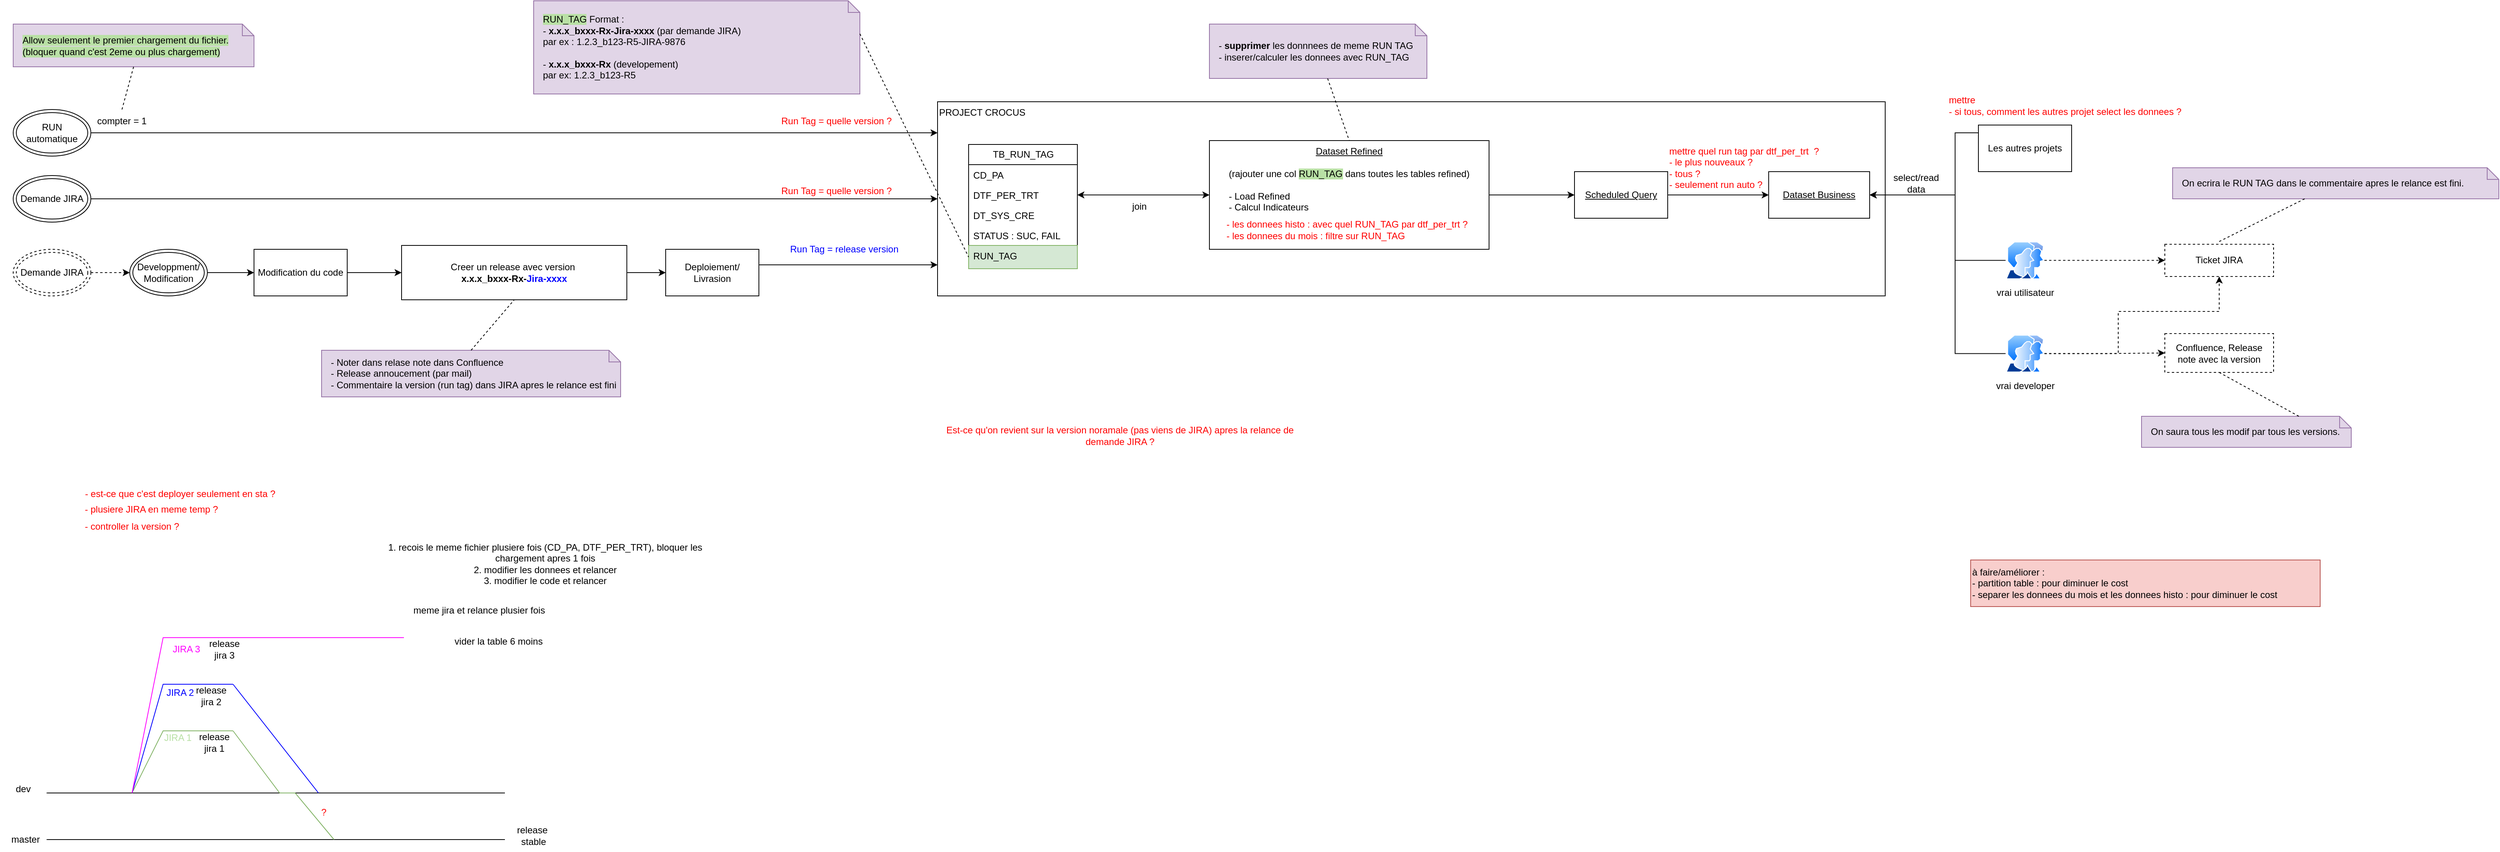
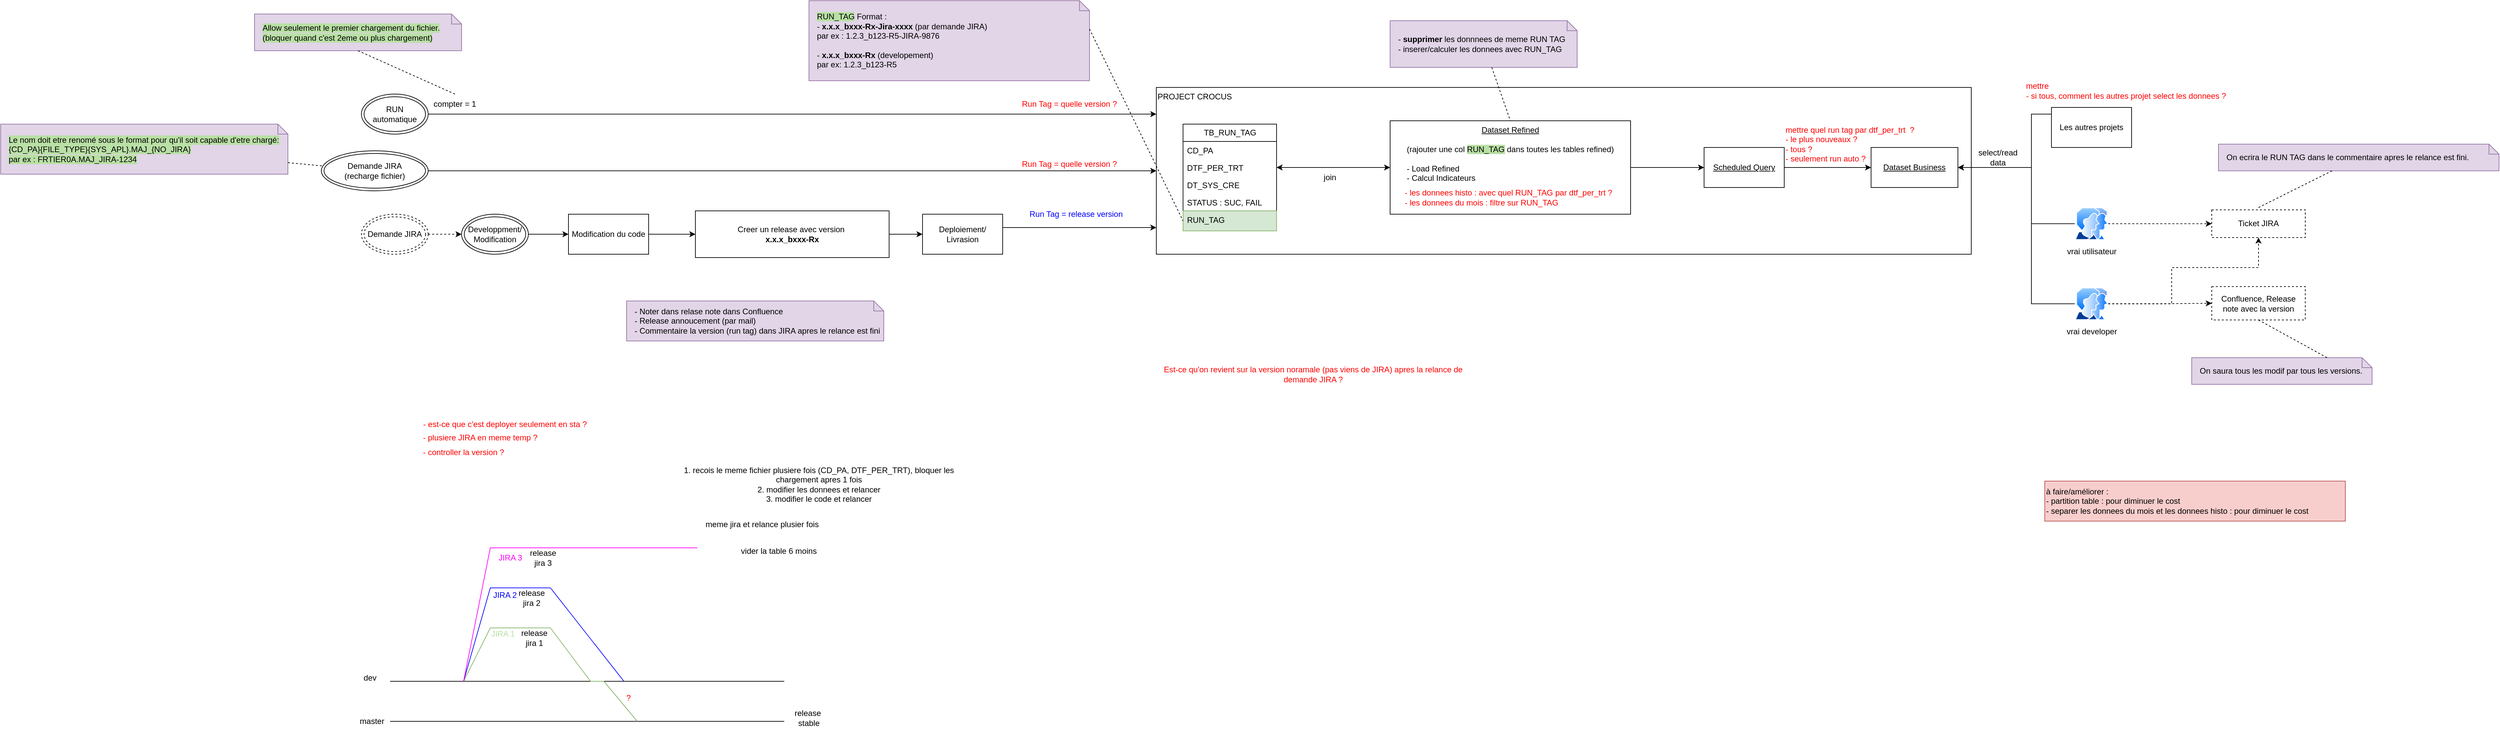
<mxfile host="app.diagrams.net">
  <diagram name="Page-1" id="bEAYSmEDHXBXhFzCy1HB">
-     <mxGraphModel dx="2233" dy="780" grid="1" gridSize="10" guides="1" tooltips="1" connect="1" arrows="1" fold="1" page="1" pageScale="1" pageWidth="827" pageHeight="1169" math="0" shadow="0">
+     <mxGraphModel dx="3060" dy="780" grid="1" gridSize="10" guides="1" tooltips="1" connect="1" arrows="1" fold="1" page="1" pageScale="1" pageWidth="827" pageHeight="1169" math="0" shadow="0">
      <root>
        <mxCell id="0" />
        <mxCell id="1" parent="0" />
        <mxCell id="QUzsFoNl6aFI_2ed8XXq-13" parent="1" style="rounded=0;whiteSpace=wrap;html=1;align=left;verticalAlign=top;" value="PROJECT CROCUS" vertex="1">
          <mxGeometry height="250" width="1220" x="380" y="140" as="geometry" />
        </mxCell>
        <mxCell id="QUzsFoNl6aFI_2ed8XXq-1" parent="1" style="swimlane;fontStyle=0;childLayout=stackLayout;horizontal=1;startSize=26;fillColor=none;horizontalStack=0;resizeParent=1;resizeParentMax=0;resizeLast=0;collapsible=1;marginBottom=0;html=1;" value="TB_RUN_TAG" vertex="1">
          <mxGeometry height="160" width="140" x="420" y="195" as="geometry" />
        </mxCell>
        <mxCell id="QUzsFoNl6aFI_2ed8XXq-2" parent="QUzsFoNl6aFI_2ed8XXq-1" style="text;strokeColor=none;fillColor=none;align=left;verticalAlign=top;spacingLeft=4;spacingRight=4;overflow=hidden;rotatable=0;points=[[0,0.5],[1,0.5]];portConstraint=eastwest;whiteSpace=wrap;html=1;" value="CD_PA" vertex="1">
          <mxGeometry height="26" width="140" y="26" as="geometry" />
        </mxCell>
        <mxCell id="QUzsFoNl6aFI_2ed8XXq-3" parent="QUzsFoNl6aFI_2ed8XXq-1" style="text;strokeColor=none;fillColor=none;align=left;verticalAlign=top;spacingLeft=4;spacingRight=4;overflow=hidden;rotatable=0;points=[[0,0.5],[1,0.5]];portConstraint=eastwest;whiteSpace=wrap;html=1;" value="DTF_PER_TRT" vertex="1">
          <mxGeometry height="26" width="140" y="52" as="geometry" />
        </mxCell>
        <mxCell id="QUzsFoNl6aFI_2ed8XXq-4" parent="QUzsFoNl6aFI_2ed8XXq-1" style="text;strokeColor=none;fillColor=none;align=left;verticalAlign=top;spacingLeft=4;spacingRight=4;overflow=hidden;rotatable=0;points=[[0,0.5],[1,0.5]];portConstraint=eastwest;whiteSpace=wrap;html=1;" value="DT_SYS_CRE" vertex="1">
          <mxGeometry height="26" width="140" y="78" as="geometry" />
        </mxCell>
        <mxCell id="QUzsFoNl6aFI_2ed8XXq-105" parent="QUzsFoNl6aFI_2ed8XXq-1" style="text;strokeColor=none;fillColor=none;align=left;verticalAlign=top;spacingLeft=4;spacingRight=4;overflow=hidden;rotatable=0;points=[[0,0.5],[1,0.5]];portConstraint=eastwest;whiteSpace=wrap;html=1;" value="STATUS : SUC, FAIL" vertex="1">
          <mxGeometry height="26" width="140" y="104" as="geometry" />
        </mxCell>
        <mxCell id="QUzsFoNl6aFI_2ed8XXq-5" parent="QUzsFoNl6aFI_2ed8XXq-1" style="text;strokeColor=#82b366;fillColor=#d5e8d4;align=left;verticalAlign=top;spacingLeft=4;spacingRight=4;overflow=hidden;rotatable=0;points=[[0,0.5],[1,0.5]];portConstraint=eastwest;whiteSpace=wrap;html=1;" value="RUN_TAG" vertex="1">
          <mxGeometry height="30" width="140" y="130" as="geometry" />
        </mxCell>
        <mxCell id="QUzsFoNl6aFI_2ed8XXq-7" parent="1" style="shape=note;size=15;align=left;spacingLeft=10;html=1;whiteSpace=wrap;fillColor=#e1d5e7;strokeColor=#9673a6;" value="&lt;span style=&quot;background-color: rgb(185, 224, 165);&quot;&gt;RUN_TAG&lt;/span&gt; Format :&amp;nbsp;&lt;div&gt;- &lt;b&gt;x.x.x_bxxx-Rx-Jira-xxxx&lt;/b&gt; (par demande JIRA)&amp;nbsp;&lt;/div&gt;&lt;div&gt;par ex : 1.2.3_b123-R5-JIRA-9876&lt;/div&gt;&lt;div&gt;&lt;br&gt;&lt;/div&gt;&lt;div&gt;-&lt;b&gt; x.x.x_bxxx-Rx&lt;/b&gt; (developement)&lt;/div&gt;&lt;div&gt;&lt;span style=&quot;background-color: transparent; color: light-dark(rgb(0, 0, 0), rgb(255, 255, 255));&quot;&gt;par ex: 1.2.3_b123-R5&lt;/span&gt;&lt;/div&gt;" vertex="1">
          <mxGeometry height="120" width="420" x="-140" y="10" as="geometry" />
        </mxCell>
        <mxCell id="QUzsFoNl6aFI_2ed8XXq-8" edge="1" parent="1" source="QUzsFoNl6aFI_2ed8XXq-7" style="edgeStyle=none;endArrow=none;exitX=0;exitY=0;dashed=1;html=1;rounded=0;entryX=0;entryY=0.5;entryDx=0;entryDy=0;exitDx=420;exitDy=42.5;exitPerimeter=0;" target="QUzsFoNl6aFI_2ed8XXq-5" value="">
          <mxGeometry relative="1" x="1" as="geometry">
            <mxPoint x="590" y="660" as="targetPoint" />
          </mxGeometry>
        </mxCell>
        <mxCell id="QUzsFoNl6aFI_2ed8XXq-10" parent="1" style="rounded=0;whiteSpace=wrap;html=1;dashed=1;" value="Confluence, Release note avec la v&lt;span style=&quot;background-color: transparent; color: light-dark(rgb(0, 0, 0), rgb(255, 255, 255));&quot;&gt;ersion&lt;/span&gt;" vertex="1">
          <mxGeometry height="50" width="140" x="1960" y="438.5" as="geometry" />
        </mxCell>
        <mxCell id="QUzsFoNl6aFI_2ed8XXq-11" parent="1" style="rounded=0;whiteSpace=wrap;html=1;dashed=1;" value="Ticket JIRA" vertex="1">
          <mxGeometry height="41.5" width="140" x="1960" y="323.5" as="geometry" />
        </mxCell>
        <mxCell id="QUzsFoNl6aFI_2ed8XXq-42" edge="1" parent="1" source="QUzsFoNl6aFI_2ed8XXq-12" style="edgeStyle=orthogonalEdgeStyle;rounded=0;orthogonalLoop=1;jettySize=auto;html=1;entryX=1;entryY=0.5;entryDx=0;entryDy=0;startArrow=classic;startFill=1;" target="QUzsFoNl6aFI_2ed8XXq-3">
          <mxGeometry relative="1" as="geometry" />
        </mxCell>
        <mxCell id="QUzsFoNl6aFI_2ed8XXq-50" edge="1" parent="1" source="QUzsFoNl6aFI_2ed8XXq-12" style="edgeStyle=orthogonalEdgeStyle;rounded=0;orthogonalLoop=1;jettySize=auto;html=1;" target="QUzsFoNl6aFI_2ed8XXq-46">
          <mxGeometry relative="1" as="geometry">
            <Array as="points" />
          </mxGeometry>
        </mxCell>
        <mxCell id="QUzsFoNl6aFI_2ed8XXq-12" parent="1" style="rounded=0;whiteSpace=wrap;html=1;verticalAlign=top;" value="&lt;u&gt;Dataset Refined&lt;/u&gt;&lt;div&gt;&lt;u&gt;&lt;br&gt;&lt;/u&gt;&lt;div&gt;(rajouter une col &lt;span style=&quot;background-color: rgb(185, 224, 165);&quot;&gt;RUN_TAG&lt;/span&gt;&lt;span&gt; &lt;/span&gt;dans toutes les tables refined)&lt;/div&gt;&lt;div&gt;&lt;br&gt;&lt;/div&gt;&lt;div style=&quot;text-align: left;&quot;&gt;- Load Refined&amp;nbsp; &amp;nbsp; &amp;nbsp; &amp;nbsp;&lt;/div&gt;&lt;div style=&quot;text-align: left;&quot;&gt;- Calcul Indicateurs&lt;/div&gt;&lt;/div&gt;" vertex="1">
          <mxGeometry height="140" width="360" x="730" y="190" as="geometry" />
        </mxCell>
        <mxCell id="QUzsFoNl6aFI_2ed8XXq-27" edge="1" parent="1" source="QUzsFoNl6aFI_2ed8XXq-33" style="edgeStyle=orthogonalEdgeStyle;rounded=0;orthogonalLoop=1;jettySize=auto;html=1;entryX=0;entryY=0.5;entryDx=0;entryDy=0;" target="QUzsFoNl6aFI_2ed8XXq-23">
          <mxGeometry relative="1" as="geometry">
            <mxPoint x="-740" y="175" as="sourcePoint" />
          </mxGeometry>
        </mxCell>
        <mxCell id="QUzsFoNl6aFI_2ed8XXq-19" parent="1" style="text;html=1;whiteSpace=wrap;strokeColor=none;fillColor=none;align=center;verticalAlign=middle;rounded=0;fontColor=#0000FF;" value="&lt;font style=&quot;color: rgb(255, 0, 0);&quot;&gt;Run Tag = quelle version ?&lt;/font&gt;" vertex="1">
          <mxGeometry height="30" width="200" x="150" y="240" as="geometry" />
        </mxCell>
        <mxCell id="QUzsFoNl6aFI_2ed8XXq-28" edge="1" parent="1" source="QUzsFoNl6aFI_2ed8XXq-23" style="edgeStyle=orthogonalEdgeStyle;rounded=0;orthogonalLoop=1;jettySize=auto;html=1;" target="QUzsFoNl6aFI_2ed8XXq-25">
          <mxGeometry relative="1" as="geometry" />
        </mxCell>
        <mxCell id="QUzsFoNl6aFI_2ed8XXq-23" parent="1" style="rounded=0;whiteSpace=wrap;html=1;" value="Modification du code" vertex="1">
          <mxGeometry height="60" width="120" x="-500" y="330" as="geometry" />
        </mxCell>
        <mxCell id="QUzsFoNl6aFI_2ed8XXq-31" edge="1" parent="1" source="QUzsFoNl6aFI_2ed8XXq-24" style="edgeStyle=orthogonalEdgeStyle;rounded=0;orthogonalLoop=1;jettySize=auto;html=1;" target="QUzsFoNl6aFI_2ed8XXq-13">
          <mxGeometry relative="1" as="geometry">
            <Array as="points">
              <mxPoint x="230" y="350" />
              <mxPoint x="230" y="350" />
            </Array>
          </mxGeometry>
        </mxCell>
        <mxCell id="QUzsFoNl6aFI_2ed8XXq-24" parent="1" style="rounded=0;whiteSpace=wrap;html=1;" value="Deploiement/ Livrasion" vertex="1">
          <mxGeometry height="60" width="120" x="30" y="330" as="geometry" />
        </mxCell>
        <mxCell id="QUzsFoNl6aFI_2ed8XXq-30" edge="1" parent="1" source="QUzsFoNl6aFI_2ed8XXq-25" style="edgeStyle=orthogonalEdgeStyle;rounded=0;orthogonalLoop=1;jettySize=auto;html=1;entryX=0;entryY=0.5;entryDx=0;entryDy=0;" target="QUzsFoNl6aFI_2ed8XXq-24">
          <mxGeometry relative="1" as="geometry" />
        </mxCell>
-         <mxCell id="QUzsFoNl6aFI_2ed8XXq-25" parent="1" style="rounded=0;whiteSpace=wrap;html=1;" value="Creer un release avec version&amp;nbsp;&lt;div&gt;&lt;span style=&quot;text-align: left;&quot;&gt;&lt;b&gt;x.x.x_bxxx-Rx-&lt;font style=&quot;color: rgb(0, 0, 255);&quot;&gt;Jira-xxxx&lt;/font&gt;&lt;/b&gt;&lt;/span&gt;&lt;/div&gt;" vertex="1">
+         <mxCell id="QUzsFoNl6aFI_2ed8XXq-25" parent="1" style="rounded=0;whiteSpace=wrap;html=1;" value="Creer un release avec version&amp;nbsp;&lt;div&gt;&lt;span style=&quot;text-align: left;&quot;&gt;&lt;b&gt;x.x.x_bxxx-Rx&lt;/b&gt;&lt;/span&gt;&lt;/div&gt;" vertex="1">
          <mxGeometry height="70" width="290" x="-310" y="325" as="geometry" />
        </mxCell>
        <mxCell id="QUzsFoNl6aFI_2ed8XXq-33" parent="1" style="ellipse;shape=doubleEllipse;whiteSpace=wrap;html=1;" value="Developpment/&lt;div&gt;Modification&lt;/div&gt;" vertex="1">
          <mxGeometry height="60" width="100" x="-660" y="330" as="geometry" />
        </mxCell>
        <mxCell id="cKu8MT6L8Fp_BZaxLZj7-5" edge="1" parent="1" source="QUzsFoNl6aFI_2ed8XXq-34" style="edgeStyle=orthogonalEdgeStyle;rounded=0;orthogonalLoop=1;jettySize=auto;html=1;" target="QUzsFoNl6aFI_2ed8XXq-13">
          <mxGeometry relative="1" as="geometry">
            <Array as="points">
              <mxPoint x="-190" y="265" />
              <mxPoint x="-190" y="265" />
            </Array>
          </mxGeometry>
        </mxCell>
-         <mxCell id="QUzsFoNl6aFI_2ed8XXq-34" parent="1" style="ellipse;shape=doubleEllipse;whiteSpace=wrap;html=1;" value="Demande JIRA" vertex="1">
-           <mxGeometry height="60" width="100" x="-810" y="235" as="geometry" />
+         <mxCell id="QUzsFoNl6aFI_2ed8XXq-34" parent="1" style="ellipse;shape=doubleEllipse;whiteSpace=wrap;html=1;" value="Demande JIRA&lt;div&gt;(recharge fichier)&lt;/div&gt;" vertex="1">
+           <mxGeometry height="60" width="160" x="-870" y="235" as="geometry" />
        </mxCell>
        <mxCell id="QUzsFoNl6aFI_2ed8XXq-36" edge="1" parent="1" source="QUzsFoNl6aFI_2ed8XXq-35" style="edgeStyle=orthogonalEdgeStyle;rounded=0;orthogonalLoop=1;jettySize=auto;html=1;" target="QUzsFoNl6aFI_2ed8XXq-13">
          <mxGeometry relative="1" as="geometry">
            <Array as="points">
              <mxPoint x="110" y="180" />
              <mxPoint x="110" y="180" />
            </Array>
          </mxGeometry>
        </mxCell>
        <mxCell id="QUzsFoNl6aFI_2ed8XXq-35" parent="1" style="ellipse;shape=doubleEllipse;whiteSpace=wrap;html=1;" value="RUN automatique" vertex="1">
          <mxGeometry height="60" width="100" x="-810" y="150" as="geometry" />
        </mxCell>
        <mxCell id="QUzsFoNl6aFI_2ed8XXq-37" parent="1" style="text;html=1;whiteSpace=wrap;strokeColor=none;fillColor=none;align=center;verticalAlign=middle;rounded=0;fontColor=#0000FF;" value="Run Tag = release version" vertex="1">
          <mxGeometry height="30" width="200" x="160" y="315" as="geometry" />
        </mxCell>
        <mxCell id="QUzsFoNl6aFI_2ed8XXq-38" parent="1" style="shape=note;size=15;align=left;spacingLeft=10;html=1;whiteSpace=wrap;fillColor=#e1d5e7;strokeColor=#9673a6;" value="- Noter dans relase note dans Confluence&lt;div&gt;- Release annoucement (par mail)&lt;/div&gt;&lt;div&gt;- Commentaire la version (run tag) dans JIRA apres le relance est fini&lt;/div&gt;" vertex="1">
          <mxGeometry height="60" width="385" x="-413" y="460" as="geometry" />
-         </mxCell>
-         <mxCell id="QUzsFoNl6aFI_2ed8XXq-39" edge="1" parent="1" source="QUzsFoNl6aFI_2ed8XXq-38" style="edgeStyle=none;endArrow=none;exitX=0.5;exitY=0;dashed=1;html=1;rounded=0;entryX=0.5;entryY=1;entryDx=0;entryDy=0;exitDx=0;exitDy=0;exitPerimeter=0;" target="QUzsFoNl6aFI_2ed8XXq-25" value="">
-           <mxGeometry relative="1" x="1" as="geometry">
-             <mxPoint x="710" y="660" as="sourcePoint" />
-             <mxPoint x="762" y="510" as="targetPoint" />
-           </mxGeometry>
        </mxCell>
        <mxCell id="QUzsFoNl6aFI_2ed8XXq-40" parent="1" style="shape=note;size=15;align=left;spacingLeft=10;html=1;whiteSpace=wrap;fillColor=#e1d5e7;strokeColor=#9673a6;" value="- &lt;b&gt;supprimer &lt;/b&gt;les donnnees de meme RUN TAG&lt;div&gt;- inserer/calculer les donnees avec RUN_TAG&lt;/div&gt;" vertex="1">
          <mxGeometry height="70" width="280" x="730" y="40" as="geometry" />
        </mxCell>
        <mxCell id="QUzsFoNl6aFI_2ed8XXq-41" edge="1" parent="1" source="QUzsFoNl6aFI_2ed8XXq-40" style="edgeStyle=none;endArrow=none;dashed=1;html=1;rounded=0;entryX=0.5;entryY=0;entryDx=0;entryDy=0;" target="QUzsFoNl6aFI_2ed8XXq-12" value="">
          <mxGeometry relative="1" x="1" as="geometry">
            <mxPoint x="720" y="650" as="sourcePoint" />
            <mxPoint x="772" y="500" as="targetPoint" />
          </mxGeometry>
        </mxCell>
        <mxCell id="QUzsFoNl6aFI_2ed8XXq-43" parent="1" style="text;html=1;whiteSpace=wrap;strokeColor=none;fillColor=none;align=left;verticalAlign=middle;rounded=0;" value="&lt;font style=&quot;color: rgb(255, 0, 0);&quot;&gt;- les donnees histo : avec quel RUN_TAG par dtf_per_trt ?&lt;/font&gt;&lt;div&gt;&lt;font style=&quot;color: rgb(255, 0, 0);&quot;&gt;- les donnees du mois : f&lt;/font&gt;&lt;span style=&quot;color: light-dark(rgb(255, 0, 0), rgb(255, 144, 144)); background-color: transparent;&quot;&gt;iltre sur RUN_TAG&lt;/span&gt;&lt;/div&gt;" vertex="1">
          <mxGeometry height="30" width="330" x="750" y="290" as="geometry" />
        </mxCell>
        <mxCell id="QUzsFoNl6aFI_2ed8XXq-45" parent="1" style="rounded=0;whiteSpace=wrap;html=1;" value="&lt;u&gt;Dataset Business&lt;/u&gt;" vertex="1">
          <mxGeometry height="60" width="130" x="1450" y="230" as="geometry" />
        </mxCell>
        <mxCell id="QUzsFoNl6aFI_2ed8XXq-48" edge="1" parent="1" source="QUzsFoNl6aFI_2ed8XXq-46" style="edgeStyle=orthogonalEdgeStyle;rounded=0;orthogonalLoop=1;jettySize=auto;html=1;" target="QUzsFoNl6aFI_2ed8XXq-45">
          <mxGeometry relative="1" as="geometry" />
        </mxCell>
        <mxCell id="QUzsFoNl6aFI_2ed8XXq-46" parent="1" style="rounded=0;whiteSpace=wrap;html=1;" value="&lt;u&gt;Scheduled Query&lt;/u&gt;" vertex="1">
          <mxGeometry height="60" width="120" x="1200" y="230" as="geometry" />
        </mxCell>
        <mxCell id="QUzsFoNl6aFI_2ed8XXq-51" parent="1" style="text;html=1;whiteSpace=wrap;strokeColor=none;fillColor=none;align=left;verticalAlign=middle;rounded=0;fontColor=#FF0000;" value="mettre quel run tag par dtf_per_trt&amp;nbsp;&amp;nbsp;?&amp;nbsp;&lt;div&gt;- le plus nouveaux ?&lt;/div&gt;&lt;div&gt;- tous ?&lt;/div&gt;&lt;div&gt;- seulement run auto ?&lt;/div&gt;" vertex="1">
          <mxGeometry height="30" width="370" x="1320" y="210" as="geometry" />
        </mxCell>
        <mxCell id="QUzsFoNl6aFI_2ed8XXq-59" edge="1" parent="1" source="QUzsFoNl6aFI_2ed8XXq-52" style="edgeStyle=orthogonalEdgeStyle;rounded=0;orthogonalLoop=1;jettySize=auto;html=1;entryX=1;entryY=0.5;entryDx=0;entryDy=0;" target="QUzsFoNl6aFI_2ed8XXq-45">
          <mxGeometry relative="1" as="geometry">
            <Array as="points">
              <mxPoint x="1690" y="180" />
              <mxPoint x="1690" y="260" />
            </Array>
          </mxGeometry>
        </mxCell>
        <mxCell id="QUzsFoNl6aFI_2ed8XXq-52" parent="1" style="rounded=0;whiteSpace=wrap;html=1;" value="Les autres projets" vertex="1">
          <mxGeometry height="60" width="120" x="1720" y="170" as="geometry" />
        </mxCell>
        <mxCell id="QUzsFoNl6aFI_2ed8XXq-58" edge="1" parent="1" source="QUzsFoNl6aFI_2ed8XXq-57" style="edgeStyle=orthogonalEdgeStyle;rounded=0;orthogonalLoop=1;jettySize=auto;html=1;entryX=1;entryY=0.5;entryDx=0;entryDy=0;" target="QUzsFoNl6aFI_2ed8XXq-45">
          <mxGeometry relative="1" as="geometry">
            <Array as="points">
              <mxPoint x="1690" y="344" />
              <mxPoint x="1690" y="260" />
            </Array>
          </mxGeometry>
        </mxCell>
        <mxCell id="QUzsFoNl6aFI_2ed8XXq-65" edge="1" parent="1" source="QUzsFoNl6aFI_2ed8XXq-57" style="edgeStyle=orthogonalEdgeStyle;rounded=0;orthogonalLoop=1;jettySize=auto;html=1;dashed=1;" target="QUzsFoNl6aFI_2ed8XXq-11">
          <mxGeometry relative="1" as="geometry" />
        </mxCell>
        <mxCell id="QUzsFoNl6aFI_2ed8XXq-57" parent="1" style="image;aspect=fixed;perimeter=ellipsePerimeter;html=1;align=center;shadow=0;dashed=0;spacingTop=3;image=img/lib/active_directory/user_accounts.svg;" value="vrai utilisateur" vertex="1">
          <mxGeometry height="48.5" width="50" x="1755" y="320" as="geometry" />
        </mxCell>
        <mxCell id="QUzsFoNl6aFI_2ed8XXq-60" parent="1" style="text;html=1;whiteSpace=wrap;strokeColor=none;fillColor=none;align=center;verticalAlign=middle;rounded=0;" value="select/read data" vertex="1">
          <mxGeometry height="30" width="60" x="1610" y="230" as="geometry" />
        </mxCell>
        <mxCell id="QUzsFoNl6aFI_2ed8XXq-63" edge="1" parent="1" source="QUzsFoNl6aFI_2ed8XXq-62" style="edgeStyle=orthogonalEdgeStyle;rounded=0;orthogonalLoop=1;jettySize=auto;html=1;entryX=1;entryY=0.5;entryDx=0;entryDy=0;" target="QUzsFoNl6aFI_2ed8XXq-45">
          <mxGeometry relative="1" as="geometry">
            <Array as="points">
              <mxPoint x="1690" y="464" />
              <mxPoint x="1690" y="260" />
            </Array>
          </mxGeometry>
        </mxCell>
        <mxCell id="QUzsFoNl6aFI_2ed8XXq-66" edge="1" parent="1" source="QUzsFoNl6aFI_2ed8XXq-62" style="edgeStyle=orthogonalEdgeStyle;rounded=0;orthogonalLoop=1;jettySize=auto;html=1;dashed=1;" target="QUzsFoNl6aFI_2ed8XXq-10">
          <mxGeometry relative="1" as="geometry" />
        </mxCell>
        <mxCell id="QUzsFoNl6aFI_2ed8XXq-68" edge="1" parent="1" source="QUzsFoNl6aFI_2ed8XXq-62" style="edgeStyle=orthogonalEdgeStyle;rounded=0;orthogonalLoop=1;jettySize=auto;html=1;entryX=0.5;entryY=1;entryDx=0;entryDy=0;dashed=1;" target="QUzsFoNl6aFI_2ed8XXq-11">
          <mxGeometry relative="1" as="geometry">
            <Array as="points">
              <mxPoint x="1900" y="464" />
              <mxPoint x="1900" y="410" />
              <mxPoint x="2030" y="410" />
            </Array>
          </mxGeometry>
        </mxCell>
        <mxCell id="QUzsFoNl6aFI_2ed8XXq-62" parent="1" style="image;aspect=fixed;perimeter=ellipsePerimeter;html=1;align=center;shadow=0;dashed=0;spacingTop=3;image=img/lib/active_directory/user_accounts.svg;" value="vrai developer" vertex="1">
          <mxGeometry height="48.5" width="50" x="1755" y="440" as="geometry" />
        </mxCell>
        <mxCell id="QUzsFoNl6aFI_2ed8XXq-69" parent="1" style="shape=note;size=15;align=left;spacingLeft=10;html=1;whiteSpace=wrap;fillColor=#e1d5e7;strokeColor=#9673a6;" value="On ecrira le RUN TAG dans le commentaire apres le relance est fini." vertex="1">
          <mxGeometry height="40" width="420" x="1970" y="225" as="geometry" />
        </mxCell>
        <mxCell id="QUzsFoNl6aFI_2ed8XXq-70" edge="1" parent="1" source="QUzsFoNl6aFI_2ed8XXq-69" style="edgeStyle=none;endArrow=none;dashed=1;html=1;rounded=0;" value="">
          <mxGeometry relative="1" x="1" as="geometry">
            <mxPoint x="970" y="210" as="sourcePoint" />
            <mxPoint x="2030" y="320" as="targetPoint" />
          </mxGeometry>
        </mxCell>
        <mxCell id="QUzsFoNl6aFI_2ed8XXq-71" parent="1" style="shape=note;size=15;align=left;spacingLeft=10;html=1;whiteSpace=wrap;fillColor=#e1d5e7;strokeColor=#9673a6;" value="On saura tous les modif par tous les versions." vertex="1">
          <mxGeometry height="40" width="270" x="1930" y="545" as="geometry" />
        </mxCell>
        <mxCell id="QUzsFoNl6aFI_2ed8XXq-72" edge="1" parent="1" source="QUzsFoNl6aFI_2ed8XXq-71" style="edgeStyle=none;endArrow=none;dashed=1;html=1;rounded=0;entryX=0.5;entryY=1;entryDx=0;entryDy=0;exitX=0;exitY=0;exitDx=202.5;exitDy=0;exitPerimeter=0;" target="QUzsFoNl6aFI_2ed8XXq-10" value="">
          <mxGeometry relative="1" x="1" as="geometry">
            <mxPoint x="2180" y="470" as="sourcePoint" />
            <mxPoint x="2070" y="525" as="targetPoint" />
          </mxGeometry>
        </mxCell>
        <mxCell id="QUzsFoNl6aFI_2ed8XXq-73" parent="1" style="text;html=1;whiteSpace=wrap;strokeColor=none;fillColor=none;align=left;verticalAlign=middle;rounded=0;fontColor=#FF0000;" value="mettre&amp;nbsp;&lt;div&gt;&lt;span style=&quot;background-color: transparent; color: light-dark(rgb(255, 0, 0), rgb(255, 144, 144));&quot;&gt;- si tous, comment les autres projet select les donnees ?&lt;/span&gt;&lt;/div&gt;" vertex="1">
          <mxGeometry height="30" width="370" x="1680" y="130" as="geometry" />
        </mxCell>
        <mxCell id="QUzsFoNl6aFI_2ed8XXq-74" parent="1" style="rounded=0;whiteSpace=wrap;html=1;align=left;fillColor=#f8cecc;strokeColor=#b85450;" value="à faire/améliorer :&lt;div&gt;- partition table : pour diminuer le cost&lt;/div&gt;&lt;div&gt;- separer les donnees du mois et les donnees histo&amp;nbsp;&lt;span style=&quot;background-color: transparent; color: light-dark(rgb(0, 0, 0), rgb(255, 255, 255));&quot;&gt;: pour diminuer le cost&lt;/span&gt;&lt;/div&gt;" vertex="1">
          <mxGeometry height="60" width="450" x="1710" y="730" as="geometry" />
        </mxCell>
        <mxCell id="QUzsFoNl6aFI_2ed8XXq-76" parent="1" style="text;html=1;whiteSpace=wrap;strokeColor=none;fillColor=none;align=center;verticalAlign=middle;rounded=0;" value="join" vertex="1">
          <mxGeometry height="30" width="60" x="610" y="260" as="geometry" />
        </mxCell>
        <mxCell id="QUzsFoNl6aFI_2ed8XXq-77" parent="1" style="text;html=1;whiteSpace=wrap;strokeColor=none;fillColor=none;align=center;verticalAlign=middle;rounded=0;fontColor=#FF0000;" value="Est-ce qu&#39;on revient sur la version noramale (pas viens de JIRA) apres la relance de demande JIRA ?" vertex="1">
          <mxGeometry height="30" width="470" x="380" y="555" as="geometry" />
        </mxCell>
        <mxCell id="QUzsFoNl6aFI_2ed8XXq-78" parent="1" style="text;html=1;whiteSpace=wrap;strokeColor=none;fillColor=none;align=center;verticalAlign=middle;rounded=0;fontColor=#FF0000;" value="- est-ce que c&#39;est deployer seulement en sta ?" vertex="1">
          <mxGeometry height="30" width="290" x="-740" y="630" as="geometry" />
        </mxCell>
        <mxCell id="QUzsFoNl6aFI_2ed8XXq-79" parent="1" style="text;html=1;whiteSpace=wrap;strokeColor=none;fillColor=none;align=center;verticalAlign=middle;rounded=0;fontColor=#FF0000;" value="- plusiere JIRA en meme temp ?" vertex="1">
          <mxGeometry height="30" width="290" x="-777" y="650" as="geometry" />
        </mxCell>
        <mxCell id="QUzsFoNl6aFI_2ed8XXq-80" parent="1" style="text;html=1;whiteSpace=wrap;strokeColor=none;fillColor=none;align=center;verticalAlign=middle;rounded=0;fontColor=#FF0000;" value="- controller la version ?" vertex="1">
          <mxGeometry height="30" width="290" x="-802" y="672" as="geometry" />
        </mxCell>
        <mxCell id="QUzsFoNl6aFI_2ed8XXq-81" edge="1" parent="1" style="endArrow=none;html=1;rounded=0;" value="">
          <mxGeometry height="50" relative="1" width="50" as="geometry">
            <mxPoint x="-767" y="1030" as="sourcePoint" />
            <mxPoint x="-177" y="1030" as="targetPoint" />
          </mxGeometry>
        </mxCell>
        <mxCell id="QUzsFoNl6aFI_2ed8XXq-83" edge="1" parent="1" style="endArrow=none;html=1;rounded=0;fillColor=#d5e8d4;strokeColor=#82b366;" value="">
          <mxGeometry height="50" relative="1" width="50" as="geometry">
            <Array as="points">
              <mxPoint x="-617" y="950" />
            </Array>
            <mxPoint x="-657" y="1030" as="sourcePoint" />
            <mxPoint x="-527" y="950" as="targetPoint" />
          </mxGeometry>
        </mxCell>
        <mxCell id="QUzsFoNl6aFI_2ed8XXq-84" parent="1" style="text;html=1;whiteSpace=wrap;strokeColor=none;fillColor=none;align=center;verticalAlign=middle;rounded=0;" value="dev" vertex="1">
          <mxGeometry height="30" width="60" x="-827" y="1010" as="geometry" />
        </mxCell>
        <mxCell id="QUzsFoNl6aFI_2ed8XXq-85" edge="1" parent="1" style="endArrow=none;html=1;rounded=0;strokeColor=#0000FF;" value="">
          <mxGeometry height="50" relative="1" width="50" as="geometry">
            <Array as="points">
              <mxPoint x="-617" y="890" />
            </Array>
            <mxPoint x="-657" y="1030" as="sourcePoint" />
            <mxPoint x="-527" y="890" as="targetPoint" />
          </mxGeometry>
        </mxCell>
        <mxCell id="QUzsFoNl6aFI_2ed8XXq-86" edge="1" parent="1" style="endArrow=none;html=1;rounded=0;strokeColor=#FF00FF;" value="">
          <mxGeometry height="50" relative="1" width="50" as="geometry">
            <Array as="points">
              <mxPoint x="-617" y="830" />
            </Array>
            <mxPoint x="-657" y="1030" as="sourcePoint" />
            <mxPoint x="-307" y="830" as="targetPoint" />
          </mxGeometry>
        </mxCell>
        <mxCell id="QUzsFoNl6aFI_2ed8XXq-87" parent="1" style="text;html=1;whiteSpace=wrap;strokeColor=none;fillColor=none;align=center;verticalAlign=middle;rounded=0;fontColor=#B9E0A5;" value="JIRA 1" vertex="1">
          <mxGeometry height="30" width="60" x="-628" y="944" as="geometry" />
        </mxCell>
        <mxCell id="QUzsFoNl6aFI_2ed8XXq-88" parent="1" style="text;html=1;whiteSpace=wrap;strokeColor=none;fillColor=none;align=center;verticalAlign=middle;rounded=0;fontColor=#0000FF;" value="JIRA 2" vertex="1">
          <mxGeometry height="30" width="60" x="-625" y="886" as="geometry" />
        </mxCell>
        <mxCell id="QUzsFoNl6aFI_2ed8XXq-89" parent="1" style="text;html=1;whiteSpace=wrap;strokeColor=none;fillColor=none;align=center;verticalAlign=middle;rounded=0;fontColor=#FF00FF;" value="JIRA 3" vertex="1">
          <mxGeometry height="30" width="60" x="-617" y="830" as="geometry" />
        </mxCell>
        <mxCell id="QUzsFoNl6aFI_2ed8XXq-90" edge="1" parent="1" style="endArrow=none;html=1;rounded=0;" value="">
          <mxGeometry height="50" relative="1" width="50" as="geometry">
            <mxPoint x="-767" y="1090" as="sourcePoint" />
            <mxPoint x="-177" y="1090" as="targetPoint" />
          </mxGeometry>
        </mxCell>
        <mxCell id="QUzsFoNl6aFI_2ed8XXq-91" parent="1" style="text;html=1;whiteSpace=wrap;strokeColor=none;fillColor=none;align=center;verticalAlign=middle;rounded=0;" value="master" vertex="1">
          <mxGeometry height="30" width="60" x="-824" y="1075" as="geometry" />
        </mxCell>
        <mxCell id="QUzsFoNl6aFI_2ed8XXq-92" edge="1" parent="1" style="endArrow=none;html=1;rounded=0;fillColor=#d5e8d4;strokeColor=#82b366;" value="">
          <mxGeometry height="50" relative="1" width="50" as="geometry">
            <mxPoint x="-527" y="950" as="sourcePoint" />
            <mxPoint x="-467" y="1030" as="targetPoint" />
          </mxGeometry>
        </mxCell>
        <mxCell id="QUzsFoNl6aFI_2ed8XXq-94" edge="1" parent="1" style="endArrow=none;html=1;rounded=0;strokeColor=#0000FF;" value="">
          <mxGeometry height="50" relative="1" width="50" as="geometry">
            <mxPoint x="-527" y="890" as="sourcePoint" />
            <mxPoint x="-417" y="1030" as="targetPoint" />
          </mxGeometry>
        </mxCell>
        <mxCell id="QUzsFoNl6aFI_2ed8XXq-95" edge="1" parent="1" style="endArrow=none;html=1;rounded=0;fillColor=#d5e8d4;strokeColor=#82b366;" value="">
          <mxGeometry height="50" relative="1" width="50" as="geometry">
            <mxPoint x="-447" y="1030" as="sourcePoint" />
            <mxPoint x="-397" y="1090" as="targetPoint" />
          </mxGeometry>
        </mxCell>
        <mxCell id="QUzsFoNl6aFI_2ed8XXq-96" edge="1" parent="1" style="endArrow=none;html=1;rounded=0;fillColor=#d5e8d4;strokeColor=#82b366;" value="">
          <mxGeometry height="50" relative="1" width="50" as="geometry">
            <mxPoint x="-467" y="1030" as="sourcePoint" />
            <mxPoint x="-447" y="1030" as="targetPoint" />
          </mxGeometry>
        </mxCell>
        <mxCell id="QUzsFoNl6aFI_2ed8XXq-98" parent="1" style="text;html=1;whiteSpace=wrap;strokeColor=none;fillColor=none;align=center;verticalAlign=middle;rounded=0;" value="release jira 2" vertex="1">
          <mxGeometry height="30" width="60" x="-585" y="890" as="geometry" />
        </mxCell>
        <mxCell id="QUzsFoNl6aFI_2ed8XXq-99" parent="1" style="text;html=1;whiteSpace=wrap;strokeColor=none;fillColor=none;align=center;verticalAlign=middle;rounded=0;" value="release jira 1" vertex="1">
          <mxGeometry height="30" width="60" x="-581" y="950" as="geometry" />
        </mxCell>
        <mxCell id="QUzsFoNl6aFI_2ed8XXq-100" parent="1" style="text;html=1;whiteSpace=wrap;strokeColor=none;fillColor=none;align=center;verticalAlign=middle;rounded=0;" value="release jira 3" vertex="1">
          <mxGeometry height="30" width="60" x="-568" y="830" as="geometry" />
        </mxCell>
        <mxCell id="QUzsFoNl6aFI_2ed8XXq-101" parent="1" style="text;html=1;whiteSpace=wrap;strokeColor=none;fillColor=none;align=center;verticalAlign=middle;rounded=0;" value="release&amp;nbsp; stable" vertex="1">
          <mxGeometry height="30" width="60" x="-170" y="1070" as="geometry" />
        </mxCell>
        <mxCell id="QUzsFoNl6aFI_2ed8XXq-103" parent="1" style="text;html=1;whiteSpace=wrap;strokeColor=none;fillColor=none;align=center;verticalAlign=middle;rounded=0;fontColor=#FF0000;" value="?" vertex="1">
          <mxGeometry height="30" width="60" x="-440" y="1040" as="geometry" />
        </mxCell>
        <mxCell id="QUzsFoNl6aFI_2ed8XXq-104" parent="1" style="text;html=1;whiteSpace=wrap;strokeColor=none;fillColor=none;align=center;verticalAlign=middle;rounded=0;" value="compter = 1" vertex="1">
          <mxGeometry height="30" width="100" x="-720" y="150" as="geometry" />
        </mxCell>
        <mxCell id="QUzsFoNl6aFI_2ed8XXq-106" parent="1" style="text;html=1;whiteSpace=wrap;strokeColor=none;fillColor=none;align=center;verticalAlign=middle;rounded=0;" value="1. recois le meme fichier plusiere fois (CD_PA, DTF_PER_TRT), bloquer les chargement apres 1 fois&lt;div&gt;2. modifier les donnees et relancer&lt;/div&gt;&lt;div&gt;3. modifier le code et relancer&lt;/div&gt;" vertex="1">
          <mxGeometry height="30" width="470" x="-360" y="720" as="geometry" />
        </mxCell>
        <mxCell id="QUzsFoNl6aFI_2ed8XXq-107" parent="1" style="text;html=1;whiteSpace=wrap;strokeColor=none;fillColor=none;align=center;verticalAlign=middle;rounded=0;" value="meme jira et relance plusier fois" vertex="1">
          <mxGeometry height="30" width="240" x="-330" y="780" as="geometry" />
        </mxCell>
        <mxCell id="QUzsFoNl6aFI_2ed8XXq-108" parent="1" style="text;html=1;whiteSpace=wrap;strokeColor=none;fillColor=none;align=center;verticalAlign=middle;rounded=0;" value="vider la table 6 moins" vertex="1">
          <mxGeometry height="30" width="170" x="-270" y="820" as="geometry" />
        </mxCell>
        <mxCell id="cKu8MT6L8Fp_BZaxLZj7-1" parent="1" style="shape=note;size=15;align=left;spacingLeft=10;html=1;whiteSpace=wrap;fillColor=#e1d5e7;strokeColor=#9673a6;" value="&lt;span style=&quot;background-color: rgb(185, 224, 165);&quot;&gt;Allow seulement le premier chargement du fichier.&lt;br&gt;(bloquer quand c&#39;est 2eme ou plus chargement)&lt;/span&gt;" vertex="1">
-           <mxGeometry height="55" width="310" x="-810" y="40" as="geometry" />
+           <mxGeometry height="55" width="310" x="-970" y="30" as="geometry" />
        </mxCell>
        <mxCell id="cKu8MT6L8Fp_BZaxLZj7-2" edge="1" parent="1" source="cKu8MT6L8Fp_BZaxLZj7-1" style="edgeStyle=none;endArrow=none;exitX=0.5;exitY=1;dashed=1;html=1;rounded=0;entryX=0.5;entryY=0;entryDx=0;entryDy=0;exitDx=0;exitDy=0;exitPerimeter=0;" target="QUzsFoNl6aFI_2ed8XXq-104" value="">
          <mxGeometry relative="1" x="1" as="geometry">
            <mxPoint x="410" y="300" as="sourcePoint" />
            <mxPoint x="500" y="507" as="targetPoint" />
          </mxGeometry>
        </mxCell>
        <mxCell id="cKu8MT6L8Fp_BZaxLZj7-4" edge="1" parent="1" source="cKu8MT6L8Fp_BZaxLZj7-3" style="edgeStyle=orthogonalEdgeStyle;rounded=0;orthogonalLoop=1;jettySize=auto;html=1;dashed=1;" target="QUzsFoNl6aFI_2ed8XXq-33">
          <mxGeometry relative="1" as="geometry">
            <Array as="points">
              <mxPoint x="-670" y="360" />
              <mxPoint x="-670" y="360" />
            </Array>
            <mxPoint x="-630" y="360" as="targetPoint" />
          </mxGeometry>
        </mxCell>
        <mxCell id="cKu8MT6L8Fp_BZaxLZj7-3" parent="1" style="ellipse;shape=doubleEllipse;whiteSpace=wrap;html=1;dashed=1;" value="Demande JIRA" vertex="1">
          <mxGeometry height="60" width="100" x="-810" y="330" as="geometry" />
        </mxCell>
        <mxCell id="cKu8MT6L8Fp_BZaxLZj7-7" parent="1" style="text;html=1;whiteSpace=wrap;strokeColor=none;fillColor=none;align=center;verticalAlign=middle;rounded=0;fontColor=#0000FF;" value="&lt;font style=&quot;color: rgb(255, 0, 0);&quot;&gt;Run Tag = quelle version ?&lt;/font&gt;" vertex="1">
          <mxGeometry height="30" width="200" x="150" y="150" as="geometry" />
+         </mxCell>
+         <mxCell id="cKu8MT6L8Fp_BZaxLZj7-11" parent="1" style="shape=note;size=15;align=left;spacingLeft=10;html=1;whiteSpace=wrap;fillColor=#e1d5e7;strokeColor=#9673a6;" value="&lt;span style=&quot;background-color: rgb(185, 224, 165);&quot;&gt;Le nom doit etre renomé sous le format pour qu&#39;il soit capable d&#39;etre chargé:&lt;br&gt;{CD_PA}{FILE_TYPE}{SYS_APL}.MAJ_{NO_JIRA}&lt;/span&gt;&lt;div&gt;&lt;span style=&quot;background-color: rgb(185, 224, 165);&quot;&gt;par ex : FRTIER0A.MAJ_JIRA-1234&lt;/span&gt;&lt;/div&gt;" vertex="1">
+           <mxGeometry height="75" width="430" x="-1350" y="195" as="geometry" />
+         </mxCell>
+         <mxCell id="cKu8MT6L8Fp_BZaxLZj7-12" edge="1" parent="1" source="cKu8MT6L8Fp_BZaxLZj7-11" style="edgeStyle=none;endArrow=none;dashed=1;html=1;rounded=0;" target="QUzsFoNl6aFI_2ed8XXq-34" value="">
+           <mxGeometry relative="1" x="1" as="geometry">
+             <mxPoint x="-740" y="150" as="sourcePoint" />
+             <mxPoint x="-595" y="215" as="targetPoint" />
+           </mxGeometry>
        </mxCell>
      </root>
    </mxGraphModel>
  </diagram>
</mxfile>
